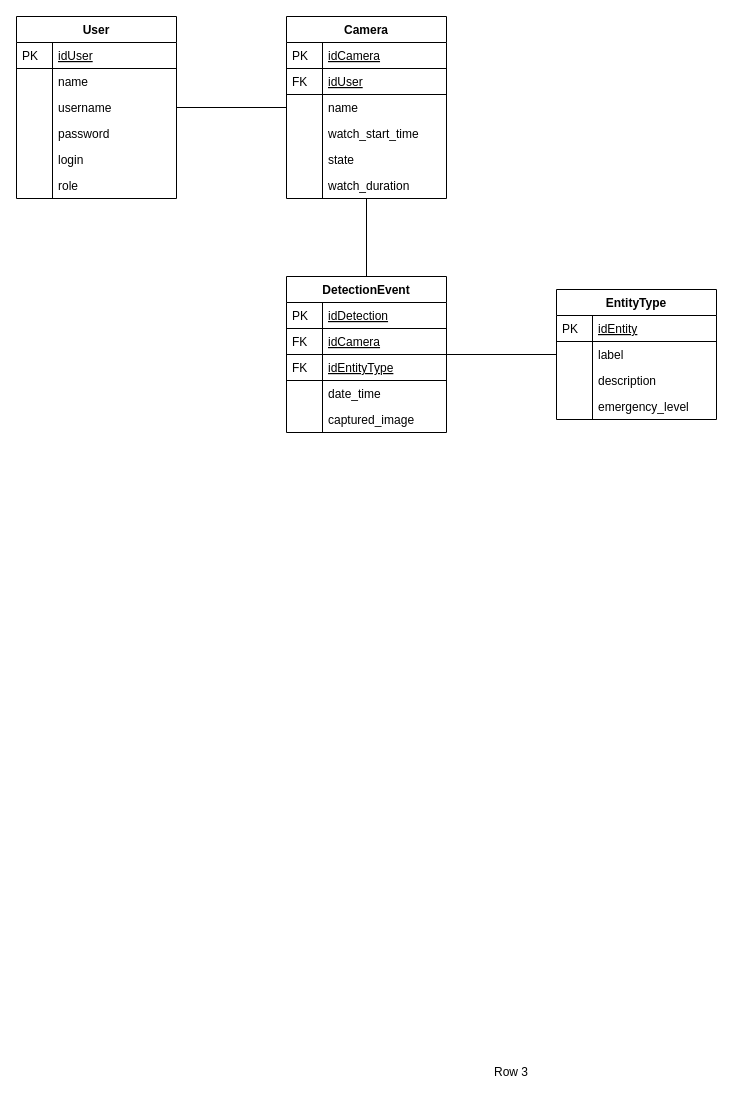
Before: page "MLD_iWebcamProtect" (3 of 4) of docs/NonPDF/iWebcamProtectApi.drawio in pabonhomme/IWebcamProtect, a draw.io diagram. Source tidied: cells renumbered, new cells numbered last; positions are measured from the earlier drawing's top-left corner, leaving out a move shared by most shapes. Both pictures are drawn from the tidied source at 100%, with x=0, y=0 at pixel (16, 16).
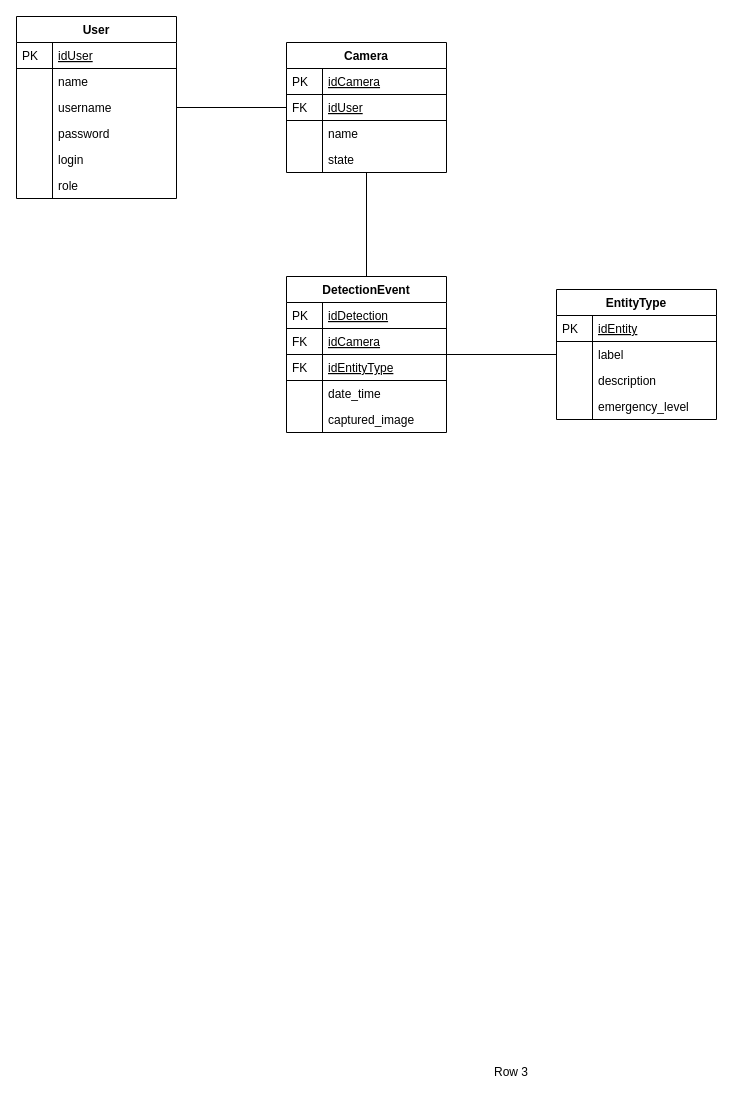
The same page after the edit.

Change to the diagram source:
```diff
@@
     <mxCell id="18" value="Camera" style="swimlane;fontStyle=1;horizontal=1;startSize=26;rounded=0;shadow=0;strokeWidth=1;" parent="1" vertex="1">
-      <mxGeometry x="270" width="160" height="182" as="geometry" />
+      <mxGeometry x="270" y="26" width="160" height="130" as="geometry" />
     </mxCell>
@@
-    <mxCell id="25" value="watch_start_time" style="shape=partialRectangle;top=0;left=0;right=0;bottom=0;align=left;verticalAlign=top;fillColor=none;spacingLeft=40;spacingRight=4;overflow=hidden;rounded=0;shadow=0;strokeWidth=1;" parent="18" vertex="1">
-      <mxGeometry y="104" width="160" height="26" as="geometry" />
-    </mxCell>
-    <mxCell id="26" style="shape=partialRectangle;top=0;left=0;bottom=0;fillColor=none;align=left;verticalAlign=top;spacingLeft=4;spacingRight=4;overflow=hidden;" parent="25" vertex="1">
-      <mxGeometry width="36" height="26" as="geometry" />
-    </mxCell>
     <mxCell id="27" value="state" style="shape=partialRectangle;top=0;left=0;right=0;bottom=0;align=left;verticalAlign=top;fillColor=none;spacingLeft=40;spacingRight=4;overflow=hidden;rounded=0;shadow=0;strokeWidth=1;" parent="18" vertex="1">
-      <mxGeometry y="130" width="160" height="26" as="geometry" />
+      <mxGeometry y="104" width="160" height="26" as="geometry" />
     </mxCell>
@@
-    <mxCell id="29" value="watch_duration" style="shape=partialRectangle;top=0;left=0;right=0;bottom=0;align=left;verticalAlign=top;fillColor=none;spacingLeft=40;spacingRight=4;overflow=hidden;rounded=0;shadow=0;strokeWidth=1;" parent="18" vertex="1">
-      <mxGeometry y="156" width="160" height="26" as="geometry" />
-    </mxCell>
-    <mxCell id="30" style="shape=partialRectangle;top=0;left=0;bottom=0;fillColor=none;align=left;verticalAlign=top;spacingLeft=4;spacingRight=4;overflow=hidden;" parent="29" vertex="1">
-      <mxGeometry width="36" height="26" as="geometry" />
-    </mxCell>
```
